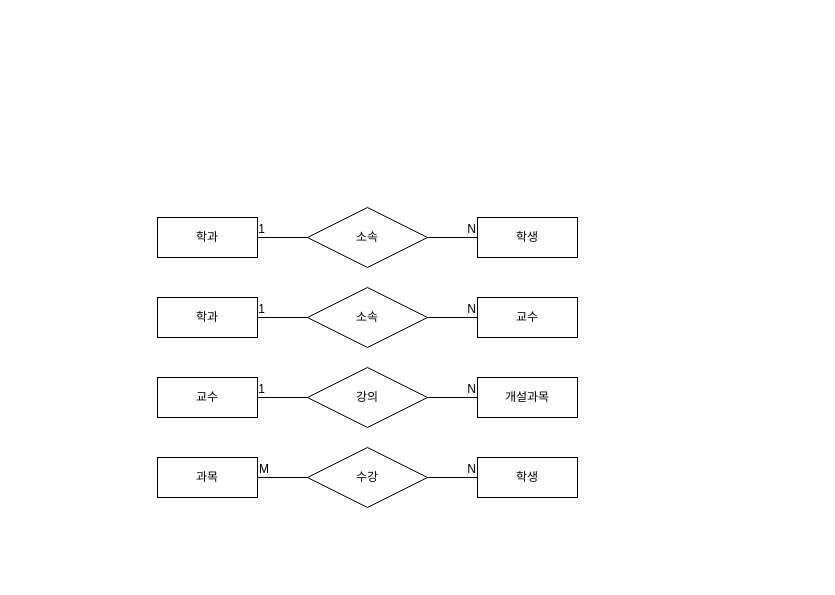
phg7495/DB_MySQL keeps this draw.io diagram as 학사관리시스템.drawio. Above is the earlier version. Source tidied: cells renumbered, new cells numbered last; positions are measured from the earlier drawing's top-left corner, leaving out a move shared by most shapes. Both pictures are drawn from the tidied source at 100%, with x=0, y=0 at pixel (157, 207).
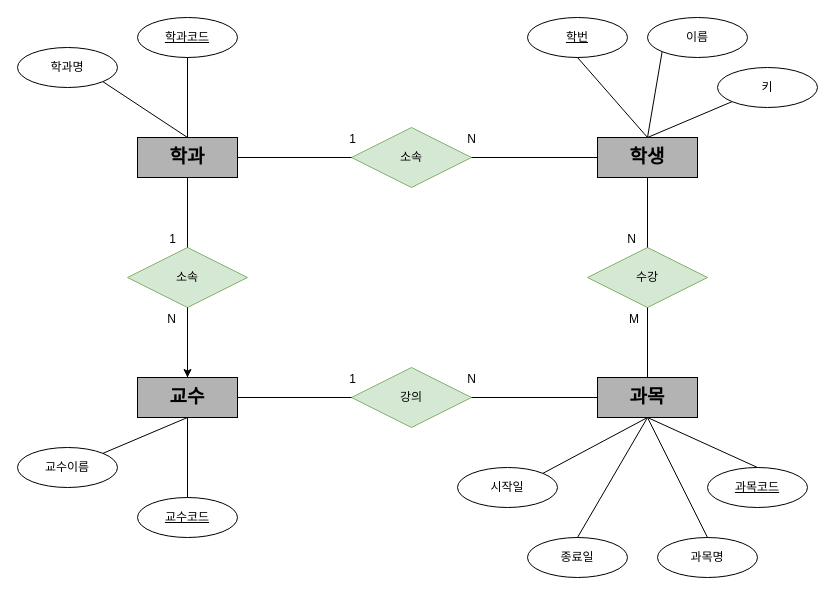
Above is the later version.

Commit message:
학사관리시스템.drawio 업데이트

Unchanged cells that the change refers to:
```xml
<mxCell id="5" style="endArrow=none;html=1;rounded=0;entryX=0;entryY=0.5;entryDx=0;entryDy=0;exitX=1;exitY=0.5;exitDx=0;exitDy=0;" parent="1" edge="1" source="4" target="3">
  <mxGeometry relative="1" as="geometry" />
</mxCell>
<mxCell id="7" style="endArrow=none;html=1;rounded=0;entryX=1;entryY=0.5;entryDx=0;entryDy=0;exitX=0;exitY=0.5;exitDx=0;exitDy=0;" parent="1" edge="1" source="4" target="2">
  <mxGeometry relative="1" as="geometry" />
</mxCell>
<mxCell id="19" style="endArrow=none;html=1;rounded=0;entryX=0;entryY=0.5;entryDx=0;entryDy=0;exitX=1;exitY=0.5;exitDx=0;exitDy=0;" parent="1" edge="1" source="18" target="17">
  <mxGeometry relative="1" as="geometry" />
</mxCell>
```

The edit, as a diff of the source:
```diff
@@
-    <mxCell id="2" value="학과" style="whiteSpace=wrap;html=1;align=center;" parent="1" vertex="1">
-      <mxGeometry y="10" width="100" height="40" as="geometry" />
+    <mxCell id="2" value="학과" style="whiteSpace=wrap;html=1;align=center;fillColor=#B3B3B3;fontSize=19;fontStyle=1;" parent="1" vertex="1">
+      <mxGeometry x="-20" y="-70" width="100" height="40" as="geometry" />
     </mxCell>
-    <mxCell id="3" value="학생" style="whiteSpace=wrap;html=1;align=center;" parent="1" vertex="1">
-      <mxGeometry x="320" y="10" width="100" height="40" as="geometry" />
+    <mxCell id="3" value="학생" style="whiteSpace=wrap;html=1;align=center;fillColor=#B3B3B3;fontSize=19;fontStyle=1;" parent="1" vertex="1">
+      <mxGeometry x="440" y="-70" width="100" height="40" as="geometry" />
     </mxCell>
-    <mxCell id="4" value="소속" style="shape=rhombus;perimeter=rhombusPerimeter;whiteSpace=wrap;html=1;align=center;" parent="1" vertex="1">
-      <mxGeometry x="150" width="120" height="60" as="geometry" />
+    <mxCell id="4" value="소속" style="shape=rhombus;perimeter=rhombusPerimeter;whiteSpace=wrap;html=1;align=center;fillColor=#d5e8d4;strokeColor=#82b366;" parent="1" vertex="1">
+      <mxGeometry x="194" y="-80" width="120" height="60" as="geometry" />
     </mxCell>
@@
     <mxCell id="6" value="N" style="html=1;whiteSpace=wrap;align=right;verticalAlign=bottom;" parent="5" vertex="1">
-      <mxGeometry x="1" relative="1" as="geometry" />
+      <mxGeometry x="1" relative="1" as="geometry">
+        <mxPoint x="-120" y="-10" as="offset" />
+      </mxGeometry>
     </mxCell>
@@
     <mxCell id="8" value="1" style="html=1;whiteSpace=wrap;align=right;verticalAlign=bottom;" parent="7" vertex="1">
       <mxGeometry x="1" relative="1" as="geometry">
-        <mxPoint x="9" as="offset" />
+        <mxPoint x="120" y="-10" as="offset" />
       </mxGeometry>
     </mxCell>
-    <mxCell id="9" value="학과" style="whiteSpace=wrap;html=1;align=center;" parent="1" vertex="1">
-      <mxGeometry y="90" width="100" height="40" as="geometry" />
-    </mxCell>
-    <mxCell id="10" value="교수" style="whiteSpace=wrap;html=1;align=center;" parent="1" vertex="1">
-      <mxGeometry x="320" y="90" width="100" height="40" as="geometry" />
+    <mxCell id="10" value="교수" style="whiteSpace=wrap;html=1;align=center;fillColor=#B3B3B3;fontSize=19;fontStyle=1;" parent="1" vertex="1">
+      <mxGeometry x="-20" y="170" width="100" height="40" as="geometry" />
     </mxCell>
+    <mxCell id="31" style="edgeStyle=orthogonalEdgeStyle;rounded=0;jettySize=auto;html=1;" parent="1" edge="1" source="11" target="10">
+      <mxGeometry relative="1" as="geometry" />
+    </mxCell>
-    <mxCell id="11" value="소속" style="shape=rhombus;perimeter=rhombusPerimeter;whiteSpace=wrap;html=1;align=center;" parent="1" vertex="1">
-      <mxGeometry x="150" y="80" width="120" height="60" as="geometry" />
+    <mxCell id="11" value="소속" style="shape=rhombus;perimeter=rhombusPerimeter;whiteSpace=wrap;html=1;align=center;fillColor=#d5e8d4;strokeColor=#82b366;" parent="1" vertex="1">
+      <mxGeometry x="-30" y="40" width="120" height="60" as="geometry" />
     </mxCell>
-    <mxCell id="12" style="endArrow=none;html=1;rounded=0;entryX=0;entryY=0.5;entryDx=0;entryDy=0;exitX=1;exitY=0.5;exitDx=0;exitDy=0;" parent="1" edge="1" source="11" target="10">
+    <mxCell id="12" style="endArrow=none;html=1;rounded=0;entryX=0.5;entryY=0;entryDx=0;entryDy=0;exitX=0.5;exitY=1;exitDx=0;exitDy=0;" parent="1" edge="1" source="11" target="10">
       <mxGeometry relative="1" as="geometry" />
     </mxCell>
     <mxCell id="13" value="N" style="html=1;whiteSpace=wrap;align=right;verticalAlign=bottom;" parent="12" vertex="1">
-      <mxGeometry x="1" relative="1" as="geometry" />
+      <mxGeometry x="1" relative="1" as="geometry">
+        <mxPoint x="-10" y="-50" as="offset" />
+      </mxGeometry>
     </mxCell>
-    <mxCell id="14" style="endArrow=none;html=1;rounded=0;entryX=1;entryY=0.5;entryDx=0;entryDy=0;exitX=0;exitY=0.5;exitDx=0;exitDy=0;" parent="1" edge="1" source="11" target="9">
+    <mxCell id="14" style="endArrow=none;html=1;rounded=0;entryX=0.5;entryY=1;entryDx=0;entryDy=0;exitX=0.5;exitY=0;exitDx=0;exitDy=0;" parent="1" edge="1" source="11" target="2">
       <mxGeometry relative="1" as="geometry" />
     </mxCell>
     <mxCell id="15" value="1" style="html=1;whiteSpace=wrap;align=right;verticalAlign=bottom;" parent="14" vertex="1">
       <mxGeometry x="1" relative="1" as="geometry">
-        <mxPoint x="9" as="offset" />
+        <mxPoint x="-10" y="70" as="offset" />
       </mxGeometry>
     </mxCell>
-    <mxCell id="16" value="교수" style="whiteSpace=wrap;html=1;align=center;" parent="1" vertex="1">
-      <mxGeometry y="170" width="100" height="40" as="geometry" />
-    </mxCell>
-    <mxCell id="17" value="개설과목" style="whiteSpace=wrap;html=1;align=center;" parent="1" vertex="1">
-      <mxGeometry x="320" y="170" width="100" height="40" as="geometry" />
+    <mxCell id="17" value="과목" style="whiteSpace=wrap;html=1;align=center;fillColor=#B3B3B3;fontSize=19;fontStyle=1;" parent="1" vertex="1">
+      <mxGeometry x="440" y="170" width="100" height="40" as="geometry" />
     </mxCell>
-    <mxCell id="18" value="강의" style="shape=rhombus;perimeter=rhombusPerimeter;whiteSpace=wrap;html=1;align=center;" parent="1" vertex="1">
-      <mxGeometry x="150" y="160" width="120" height="60" as="geometry" />
+    <mxCell id="18" value="강의" style="shape=rhombus;perimeter=rhombusPerimeter;whiteSpace=wrap;html=1;align=center;fillColor=#d5e8d4;strokeColor=#82b366;" parent="1" vertex="1">
+      <mxGeometry x="194" y="160" width="120" height="60" as="geometry" />
     </mxCell>
@@
     <mxCell id="20" value="N" style="html=1;whiteSpace=wrap;align=right;verticalAlign=bottom;" parent="19" vertex="1">
-      <mxGeometry x="1" relative="1" as="geometry" />
+      <mxGeometry x="1" relative="1" as="geometry">
+        <mxPoint x="-120" y="-10" as="offset" />
+      </mxGeometry>
     </mxCell>
-    <mxCell id="21" style="endArrow=none;html=1;rounded=0;entryX=1;entryY=0.5;entryDx=0;entryDy=0;exitX=0;exitY=0.5;exitDx=0;exitDy=0;" parent="1" edge="1" source="18" target="16">
+    <mxCell id="21" style="endArrow=none;html=1;rounded=0;entryX=1;entryY=0.5;entryDx=0;entryDy=0;exitX=0;exitY=0.5;exitDx=0;exitDy=0;" parent="1" edge="1" source="18" target="10">
       <mxGeometry relative="1" as="geometry" />
     </mxCell>
     <mxCell id="22" value="1" style="html=1;whiteSpace=wrap;align=right;verticalAlign=bottom;" parent="21" vertex="1">
       <mxGeometry x="1" relative="1" as="geometry">
-        <mxPoint x="9" as="offset" />
+        <mxPoint x="120" y="-10" as="offset" />
       </mxGeometry>
     </mxCell>
-    <mxCell id="23" value="과목" style="whiteSpace=wrap;html=1;align=center;" parent="1" vertex="1">
-      <mxGeometry y="250" width="100" height="40" as="geometry" />
-    </mxCell>
-    <mxCell id="24" value="학생" style="whiteSpace=wrap;html=1;align=center;" parent="1" vertex="1">
-      <mxGeometry x="320" y="250" width="100" height="40" as="geometry" />
-    </mxCell>
-    <mxCell id="25" value="수강" style="shape=rhombus;perimeter=rhombusPerimeter;whiteSpace=wrap;html=1;align=center;" parent="1" vertex="1">
-      <mxGeometry x="150" y="240" width="120" height="60" as="geometry" />
+    <mxCell id="25" value="수강" style="shape=rhombus;perimeter=rhombusPerimeter;whiteSpace=wrap;html=1;align=center;fillColor=#d5e8d4;strokeColor=#82b366;" parent="1" vertex="1">
+      <mxGeometry x="430" y="40" width="120" height="60" as="geometry" />
     </mxCell>
-    <mxCell id="26" style="endArrow=none;html=1;rounded=0;entryX=0;entryY=0.5;entryDx=0;entryDy=0;exitX=1;exitY=0.5;exitDx=0;exitDy=0;" parent="1" edge="1" source="25" target="24">
+    <mxCell id="26" style="endArrow=none;html=1;rounded=0;exitX=0.5;exitY=0;exitDx=0;exitDy=0;entryX=0.5;entryY=1;entryDx=0;entryDy=0;" parent="1" edge="1" source="25" target="3">
       <mxGeometry relative="1" as="geometry" />
     </mxCell>
     <mxCell id="27" value="N" style="html=1;whiteSpace=wrap;align=right;verticalAlign=bottom;" parent="26" vertex="1">
-      <mxGeometry x="1" relative="1" as="geometry" />
+      <mxGeometry x="1" relative="1" as="geometry">
+        <mxPoint x="-10" y="70" as="offset" />
+      </mxGeometry>
     </mxCell>
-    <mxCell id="28" style="endArrow=none;html=1;rounded=0;fontFamily=Helvetica;fontSize=12;fontColor=default;entryX=0;entryY=0.5;entryDx=0;entryDy=0;exitX=1;exitY=0.5;exitDx=0;exitDy=0;" parent="1" edge="1" source="23" target="25">
+    <mxCell id="28" style="endArrow=none;html=1;rounded=0;fontFamily=Helvetica;fontSize=12;fontColor=default;entryX=0.5;entryY=1;entryDx=0;entryDy=0;exitX=0.5;exitY=0;exitDx=0;exitDy=0;" parent="1" edge="1" source="17" target="25">
       <mxGeometry relative="1" as="geometry" />
     </mxCell>
     <mxCell id="29" value="M" style="html=1;whiteSpace=wrap;align=left;verticalAlign=bottom;strokeColor=default;fontFamily=Helvetica;fontSize=12;fontColor=default;fillColor=default;" parent="28" vertex="1">
-      <mxGeometry x="-1" relative="1" as="geometry" />
+      <mxGeometry x="-1" relative="1" as="geometry">
+        <mxPoint x="-20" y="-50" as="offset" />
+      </mxGeometry>
     </mxCell>
@@
+    <mxCell id="32" value="학과코드" style="ellipse;whiteSpace=wrap;html=1;align=center;fontStyle=4;" parent="1" vertex="1">
+      <mxGeometry x="-20" y="-190" width="100" height="40" as="geometry" />
+    </mxCell>
+    <mxCell id="33" style="endArrow=none;html=1;rounded=0;exitX=0.5;exitY=1;exitDx=0;exitDy=0;entryX=0.5;entryY=0;entryDx=0;entryDy=0;" parent="1" edge="1" source="32" target="2">
+      <mxGeometry relative="1" as="geometry" />
+    </mxCell>
+    <mxCell id="34" value="학과명" style="ellipse;whiteSpace=wrap;html=1;align=center;" parent="1" vertex="1">
+      <mxGeometry x="-140" y="-160" width="100" height="40" as="geometry" />
+    </mxCell>
+    <mxCell id="35" value="키" style="ellipse;whiteSpace=wrap;html=1;align=center;" parent="1" vertex="1">
+      <mxGeometry x="560" y="-140" width="100" height="40" as="geometry" />
+    </mxCell>
+    <mxCell id="36" value="이름" style="ellipse;whiteSpace=wrap;html=1;align=center;" parent="1" vertex="1">
+      <mxGeometry x="490" y="-190" width="100" height="40" as="geometry" />
+    </mxCell>
+    <mxCell id="37" value="과목명" style="ellipse;whiteSpace=wrap;html=1;align=center;" parent="1" vertex="1">
+      <mxGeometry x="500" y="330" width="100" height="40" as="geometry" />
+    </mxCell>
+    <mxCell id="38" value="종료일" style="ellipse;whiteSpace=wrap;html=1;align=center;" parent="1" vertex="1">
+      <mxGeometry x="370" y="330" width="100" height="40" as="geometry" />
+    </mxCell>
+    <mxCell id="39" value="시작일" style="ellipse;whiteSpace=wrap;html=1;align=center;" parent="1" vertex="1">
+      <mxGeometry x="300" y="260" width="100" height="40" as="geometry" />
+    </mxCell>
+    <mxCell id="40" value="교수이름" style="ellipse;whiteSpace=wrap;html=1;align=center;" parent="1" vertex="1">
+      <mxGeometry x="-140" y="240" width="100" height="40" as="geometry" />
+    </mxCell>
+    <mxCell id="41" style="endArrow=none;html=1;rounded=0;exitX=1;exitY=1;exitDx=0;exitDy=0;entryX=0.5;entryY=0;entryDx=0;entryDy=0;" parent="1" edge="1" source="34" target="2">
+      <mxGeometry relative="1" as="geometry" />
+    </mxCell>
+    <mxCell id="42" value="교수코드" style="ellipse;whiteSpace=wrap;html=1;align=center;fontStyle=4;" parent="1" vertex="1">
+      <mxGeometry x="-20" y="290" width="100" height="40" as="geometry" />
+    </mxCell>
+    <mxCell id="43" value="학번" style="ellipse;whiteSpace=wrap;html=1;align=center;fontStyle=4;" parent="1" vertex="1">
+      <mxGeometry x="370" y="-190" width="100" height="40" as="geometry" />
+    </mxCell>
+    <mxCell id="44" value="과목코드" style="ellipse;whiteSpace=wrap;html=1;align=center;fontStyle=4;" parent="1" vertex="1">
+      <mxGeometry x="550" y="260" width="100" height="40" as="geometry" />
+    </mxCell>
+    <mxCell id="45" style="endArrow=none;html=1;rounded=0;entryX=0;entryY=1;entryDx=0;entryDy=0;exitX=0.5;exitY=0;exitDx=0;exitDy=0;" parent="1" edge="1" source="3" target="36">
+      <mxGeometry relative="1" as="geometry" />
+    </mxCell>
+    <mxCell id="46" style="endArrow=none;html=1;rounded=0;entryX=0.5;entryY=1;entryDx=0;entryDy=0;exitX=0.5;exitY=0;exitDx=0;exitDy=0;" parent="1" edge="1" source="3" target="43">
+      <mxGeometry relative="1" as="geometry" />
+    </mxCell>
+    <mxCell id="47" style="endArrow=none;html=1;rounded=0;entryX=0;entryY=1;entryDx=0;entryDy=0;exitX=0.5;exitY=0;exitDx=0;exitDy=0;" parent="1" edge="1" source="3" target="35">
+      <mxGeometry relative="1" as="geometry" />
+    </mxCell>
+    <mxCell id="48" style="endArrow=none;html=1;rounded=0;entryX=0.5;entryY=1;entryDx=0;entryDy=0;exitX=1;exitY=0;exitDx=0;exitDy=0;" parent="1" edge="1" source="39" target="17">
+      <mxGeometry relative="1" as="geometry" />
+    </mxCell>
+    <mxCell id="49" style="endArrow=none;html=1;rounded=0;exitX=0.5;exitY=0;exitDx=0;exitDy=0;entryX=0.5;entryY=1;entryDx=0;entryDy=0;" parent="1" edge="1" source="44" target="17">
+      <mxGeometry relative="1" as="geometry" />
+    </mxCell>
+    <mxCell id="50" style="endArrow=none;html=1;rounded=0;entryX=0.5;entryY=1;entryDx=0;entryDy=0;exitX=0.5;exitY=0;exitDx=0;exitDy=0;" parent="1" edge="1" source="37" target="17">
+      <mxGeometry relative="1" as="geometry" />
+    </mxCell>
+    <mxCell id="51" style="endArrow=none;html=1;rounded=0;entryX=0.5;entryY=1;entryDx=0;entryDy=0;exitX=0.5;exitY=0;exitDx=0;exitDy=0;" parent="1" edge="1" source="38" target="17">
+      <mxGeometry relative="1" as="geometry" />
+    </mxCell>
+    <mxCell id="52" style="endArrow=none;html=1;rounded=0;entryX=0.5;entryY=1;entryDx=0;entryDy=0;exitX=1;exitY=0;exitDx=0;exitDy=0;" parent="1" edge="1" source="40" target="10">
+      <mxGeometry relative="1" as="geometry" />
+    </mxCell>
+    <mxCell id="53" style="endArrow=none;html=1;rounded=0;exitX=0.5;exitY=1;exitDx=0;exitDy=0;entryX=0.5;entryY=0;entryDx=0;entryDy=0;" parent="1" edge="1" source="10" target="42">
+      <mxGeometry relative="1" as="geometry" />
+    </mxCell>
```
